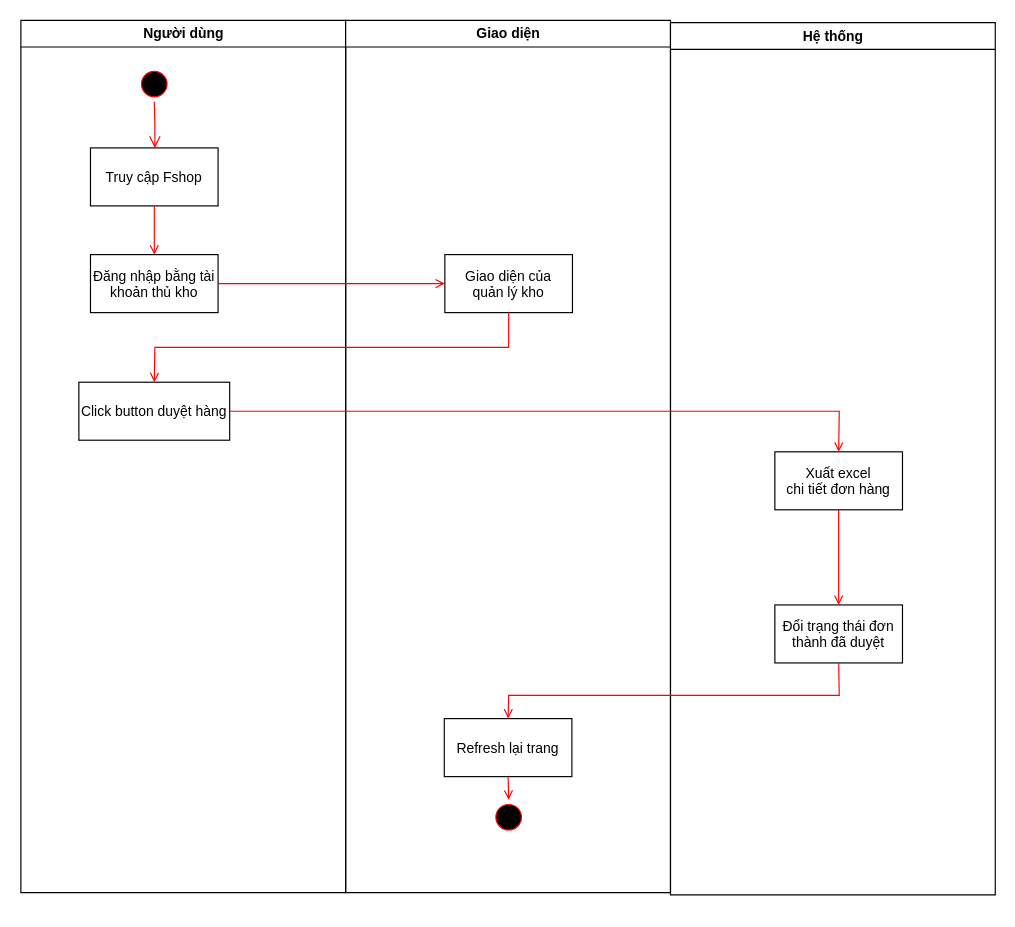
Above: ActivityBrowseOrder.drawio in NguyenQuocAn99/MyDiagram (draw.io), before the change. Source tidied: cells renumbered, new cells numbered last; positions are measured from the earlier drawing's top-left corner, leaving out a move shared by most shapes. Both pictures are drawn from the tidied source at 116%, with x=0, y=0 at pixel (20, 20).
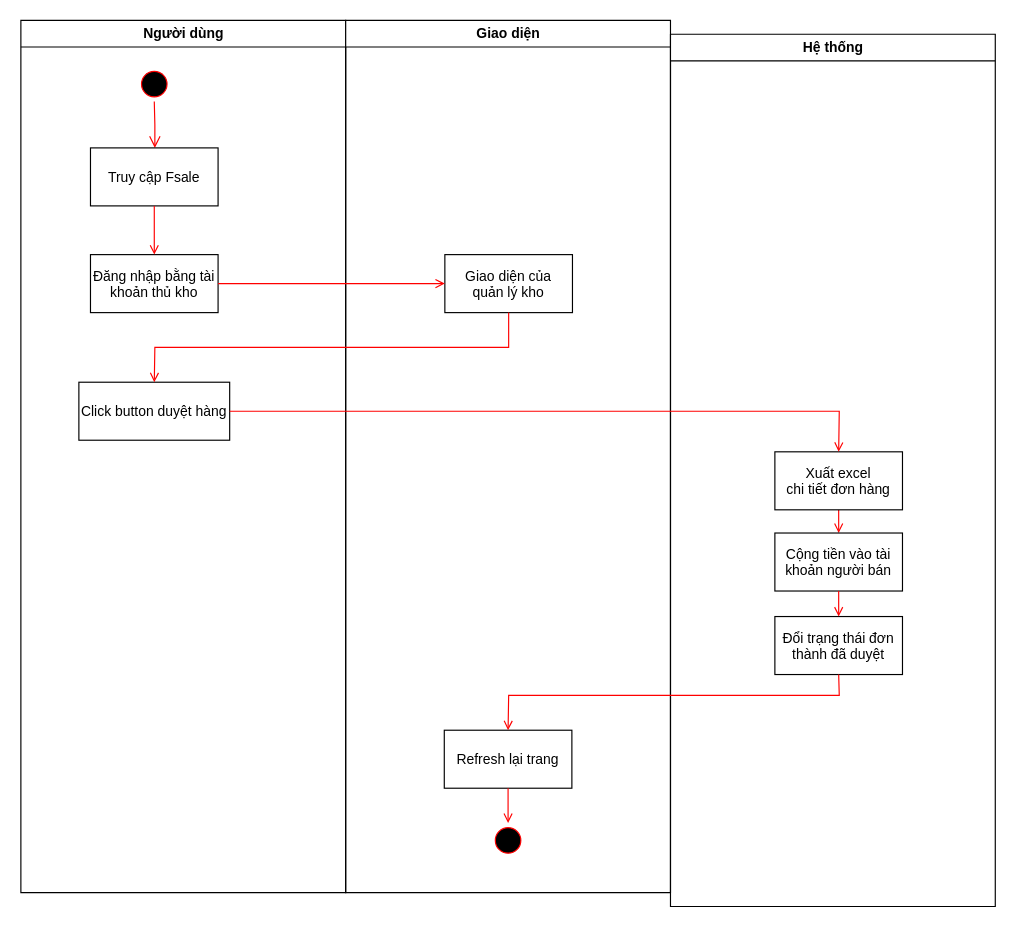
Above is the later version.

Unchanged cells that the change refers to:
```xml
<mxCell id="2" value="Người dùng" style="swimlane;whiteSpace=wrap;" parent="1" vertex="1">
  <mxGeometry x="0.5" width="280" height="752" as="geometry" />
</mxCell>
<mxCell id="9" value="Giao diện" style="swimlane;whiteSpace=wrap;" parent="1" vertex="1">
  <mxGeometry x="280.5" width="280" height="752" as="geometry" />
</mxCell>
<mxCell id="15" value="Đổi trạng thái đơn&#10;thành đã duyệt" parent="14" vertex="1">
  <mxGeometry x="90" y="502" width="110" height="50" as="geometry" />
</mxCell>
```

The edit, as a diff of the source:
```diff
@@
-    <mxCell id="5" value="Truy cập Fshop" parent="2" vertex="1">
+    <mxCell id="5" value="Truy cập Fsale" parent="2" vertex="1">
       <mxGeometry x="60" y="110" width="110" height="50" as="geometry" />
     </mxCell>
@@
     <mxCell id="11" value="Refresh lại trang" parent="9" vertex="1">
-      <mxGeometry x="85" y="602" width="110" height="50" as="geometry" />
+      <mxGeometry x="85" y="612" width="110" height="50" as="geometry" />
     </mxCell>
     <mxCell id="12" style="ellipse;shape=startState;fillColor=#000000;strokeColor=#ff0000;" parent="9" vertex="1">
-      <mxGeometry x="125.5" y="672" width="30" height="30" as="geometry" />
+      <mxGeometry x="125" y="692" width="30" height="30" as="geometry" />
     </mxCell>
@@
     <mxCell id="14" value="Hệ thống" style="swimlane;whiteSpace=wrap;" parent="1" vertex="1">
-      <mxGeometry x="560.5" y="2" width="280" height="752" as="geometry" />
+      <mxGeometry x="560.5" y="12" width="280" height="752" as="geometry" />
     </mxCell>
@@
-    <mxCell id="16" style="endArrow=open;strokeColor=#FF0000;endFill=1;rounded=0;exitX=0.5;exitY=1;exitDx=0;exitDy=0;entryX=0.5;entryY=0;entryDx=0;entryDy=0;" parent="14" edge="1" source="17" target="15">
+    <mxCell id="16" style="endArrow=open;strokeColor=#FF0000;endFill=1;rounded=0;exitX=0.5;exitY=1;exitDx=0;exitDy=0;entryX=0.5;entryY=0;entryDx=0;entryDy=0;" parent="14" edge="1" source="17" target="22">
       <mxGeometry relative="1" as="geometry" />
     </mxCell>
     <mxCell id="17" value="Xuất excel &#10;chi tiết đơn hàng" parent="14" vertex="1">
-      <mxGeometry x="90" y="370" width="110" height="50" as="geometry" />
+      <mxGeometry x="90" y="360" width="110" height="50" as="geometry" />
     </mxCell>
+    <mxCell id="22" value="Cộng tiền vào tài &#10;khoản người bán" parent="14" vertex="1">
+      <mxGeometry x="90" y="430" width="110" height="50" as="geometry" />
+    </mxCell>
+    <mxCell id="23" style="endArrow=open;strokeColor=#FF0000;endFill=1;rounded=0;exitX=0.5;exitY=1;exitDx=0;exitDy=0;entryX=0.5;entryY=0;entryDx=0;entryDy=0;" parent="14" edge="1" source="22" target="15">
+      <mxGeometry relative="1" as="geometry" />
+    </mxCell>
```
